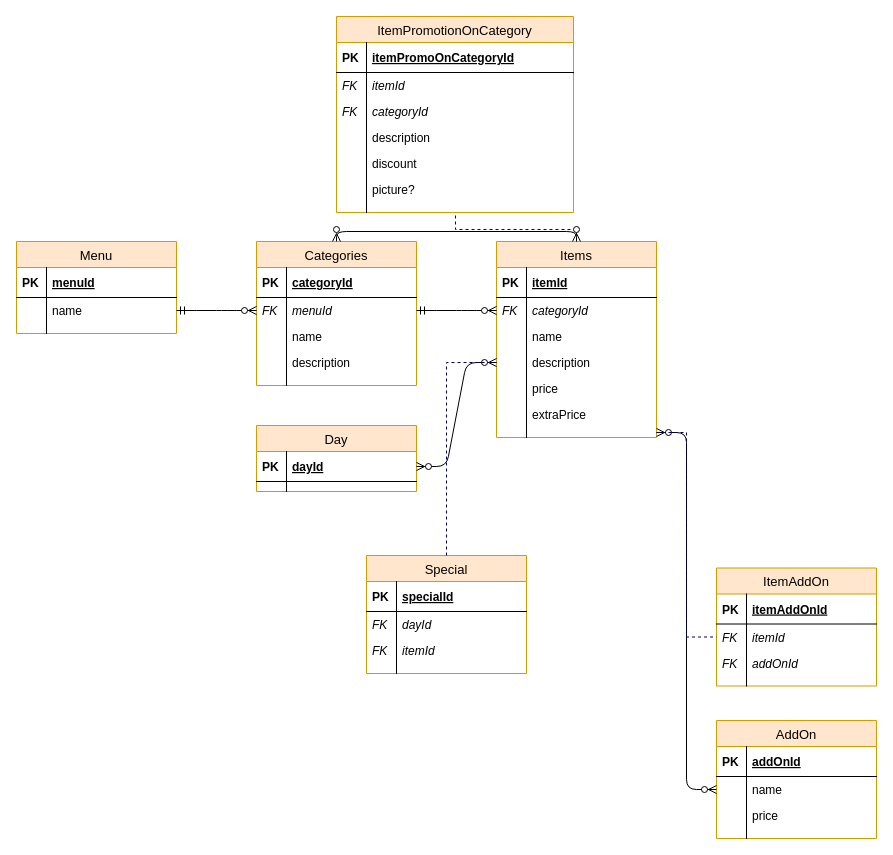
Above: page "ERD Data Structure - Habit Tracker App" (2 of 2) of wishbonedeliDB.drawio in Wishbone-Deli/wishbonedeli.ca (draw.io), before the change. Source tidied: cells renumbered, new cells numbered last; positions are measured from the earlier drawing's top-left corner, leaving out a move shared by most shapes. Both pictures are drawn from the tidied source at 100%, with x=0, y=0 at pixel (16, 16).
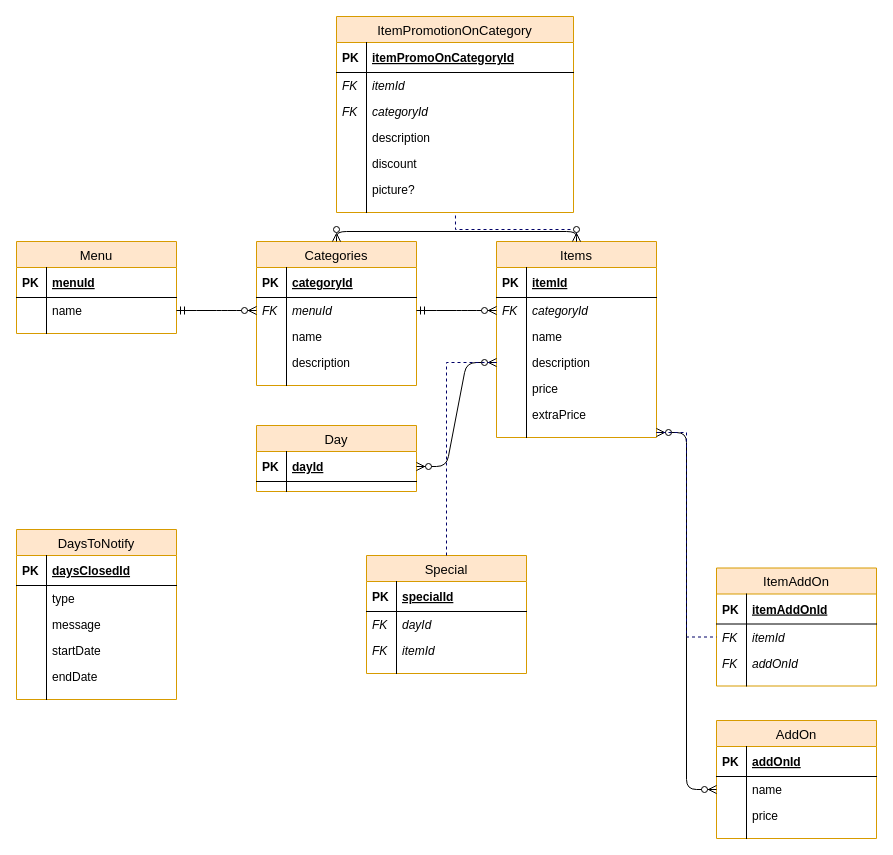
After the change.

Diff of the diagram source:
```diff
@@
+    <mxCell id="90" value="DaysToNotify" style="swimlane;fontStyle=0;horizontal=1;startSize=26;fillColor=#ffe6cc;swimlaneFillColor=#ffffff;align=center;strokeWidth=1;fontSize=13;strokeColor=#d79b00;" parent="1" vertex="1">
+      <mxGeometry y="513" width="160" height="170" as="geometry" />
+    </mxCell>
+    <mxCell id="91" value="daysClosedId" style="shape=partialRectangle;top=0;left=0;right=0;bottom=1;align=left;verticalAlign=middle;fillColor=none;spacingLeft=34;spacingRight=4;overflow=hidden;fontStyle=5;" parent="90" vertex="1">
+      <mxGeometry y="26" width="160" height="30" as="geometry" />
+    </mxCell>
+    <mxCell id="92" value="PK" style="shape=partialRectangle;top=0;left=0;bottom=0;fillColor=none;align=left;verticalAlign=middle;spacingLeft=4;spacingRight=4;overflow=hidden;fontStyle=1;" parent="91" vertex="1">
+      <mxGeometry width="30" height="30" as="geometry" />
+    </mxCell>
+    <mxCell id="93" value="type" style="shape=partialRectangle;top=0;left=0;right=0;bottom=0;align=left;verticalAlign=top;fillColor=none;spacingLeft=34;spacingRight=4;overflow=hidden;" parent="90" vertex="1">
+      <mxGeometry y="56" width="160" height="26" as="geometry" />
+    </mxCell>
+    <mxCell id="94" style="shape=partialRectangle;top=0;left=0;bottom=0;fillColor=none;align=left;verticalAlign=top;spacingLeft=4;spacingRight=4;overflow=hidden;" parent="93" vertex="1">
+      <mxGeometry width="30" height="26" as="geometry" />
+    </mxCell>
+    <mxCell id="95" value="message" style="shape=partialRectangle;top=0;left=0;right=0;bottom=0;align=left;verticalAlign=top;fillColor=none;spacingLeft=34;spacingRight=4;overflow=hidden;" parent="90" vertex="1">
+      <mxGeometry y="82" width="160" height="26" as="geometry" />
+    </mxCell>
+    <mxCell id="96" style="shape=partialRectangle;top=0;left=0;bottom=0;fillColor=none;align=left;verticalAlign=top;spacingLeft=4;spacingRight=4;overflow=hidden;" parent="95" vertex="1">
+      <mxGeometry width="30" height="26" as="geometry" />
+    </mxCell>
+    <mxCell id="97" value="startDate" style="shape=partialRectangle;top=0;left=0;right=0;bottom=0;align=left;verticalAlign=top;fillColor=none;spacingLeft=34;spacingRight=4;overflow=hidden;" parent="90" vertex="1">
+      <mxGeometry y="108" width="160" height="26" as="geometry" />
+    </mxCell>
+    <mxCell id="98" style="shape=partialRectangle;top=0;left=0;bottom=0;fillColor=none;align=left;verticalAlign=top;spacingLeft=4;spacingRight=4;overflow=hidden;" parent="97" vertex="1">
+      <mxGeometry width="30" height="26" as="geometry" />
+    </mxCell>
+    <mxCell id="99" value="endDate" style="shape=partialRectangle;top=0;left=0;right=0;bottom=0;align=left;verticalAlign=top;fillColor=none;spacingLeft=34;spacingRight=4;overflow=hidden;" parent="90" vertex="1">
+      <mxGeometry y="134" width="160" height="26" as="geometry" />
+    </mxCell>
+    <mxCell id="100" style="shape=partialRectangle;top=0;left=0;bottom=0;fillColor=none;align=left;verticalAlign=top;spacingLeft=4;spacingRight=4;overflow=hidden;" parent="99" vertex="1">
+      <mxGeometry width="30" height="26" as="geometry" />
+    </mxCell>
+    <mxCell id="101" style="shape=partialRectangle;top=0;left=0;right=0;bottom=0;align=left;verticalAlign=top;fillColor=none;spacingLeft=34;spacingRight=4;overflow=hidden;" parent="90" vertex="1">
+      <mxGeometry y="160" width="160" height="10" as="geometry" />
+    </mxCell>
+    <mxCell id="102" style="shape=partialRectangle;top=0;left=0;bottom=0;fillColor=none;align=left;verticalAlign=top;spacingLeft=4;spacingRight=4;overflow=hidden;" parent="101" vertex="1">
+      <mxGeometry width="30" height="10" as="geometry" />
+    </mxCell>
```
